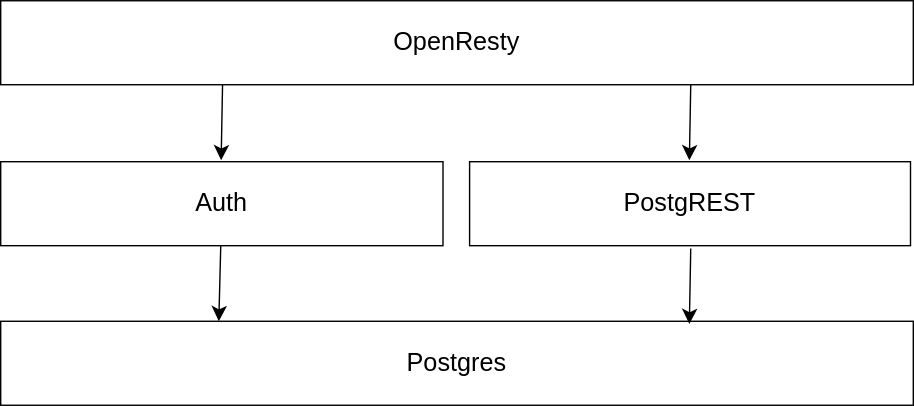
This is architecture.svg from minibasehq/minibase, a draw.io export, as it was before one commit. Source tidied: cells renumbered, new cells last; positions are measured from the earlier drawing's top-left corner, leaving out a move shared by most shapes.
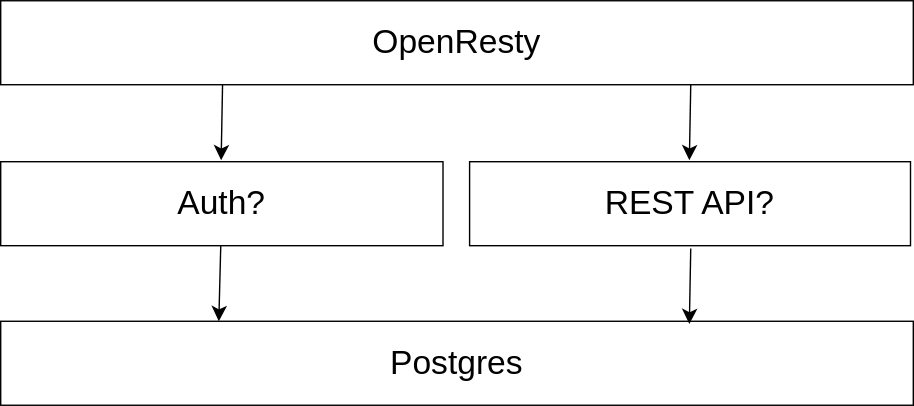
After the commit.

Commit message:
Update architecture diagram

Diff of the diagram source:
```diff
@@ -2,19 +2,19 @@
   <root>
     <mxCell id="0" />
     <mxCell id="1" parent="0" />
-    <mxCell id="2" value="&lt;font style=&quot;font-size: 18px;&quot;&gt;OpenResty&lt;/font&gt;" style="rounded=0;whiteSpace=wrap;html=1;" parent="1" vertex="1">
+    <mxCell id="2" value="&lt;font style=&quot;font-size: 24px;&quot;&gt;OpenResty&lt;/font&gt;" style="rounded=0;whiteSpace=wrap;html=1;" parent="1" vertex="1">
       <mxGeometry width="652" height="60" as="geometry" />
     </mxCell>
     <mxCell id="3" style="edgeStyle=none;curved=1;rounded=0;jettySize=auto;html=1;fontSize=12;startSize=8;endSize=8;entryX=0.239;entryY=0;entryDx=0;entryDy=0;entryPerimeter=0;" parent="1" edge="1" source="4" target="6">
       <mxGeometry relative="1" as="geometry" />
     </mxCell>
-    <mxCell id="4" value="&lt;font style=&quot;font-size: 18px;&quot;&gt;Auth&lt;/font&gt;" style="rounded=0;whiteSpace=wrap;html=1;" parent="1" vertex="1">
+    <mxCell id="4" value="&lt;font style=&quot;font-size: 24px;&quot;&gt;Auth?&lt;/font&gt;" style="rounded=0;whiteSpace=wrap;html=1;" parent="1" vertex="1">
       <mxGeometry y="115" width="316" height="60" as="geometry" />
     </mxCell>
-    <mxCell id="5" value="&lt;font style=&quot;font-size: 18px;&quot;&gt;PostgREST&lt;/font&gt;" style="rounded=0;whiteSpace=wrap;html=1;" parent="1" vertex="1">
+    <mxCell id="5" value="&lt;font style=&quot;font-size: 24px;&quot;&gt;REST API?&lt;/font&gt;" style="rounded=0;whiteSpace=wrap;html=1;" parent="1" vertex="1">
       <mxGeometry x="335" y="115" width="315" height="60" as="geometry" />
     </mxCell>
-    <mxCell id="6" value="&lt;font style=&quot;font-size: 18px;&quot;&gt;Postgres&lt;/font&gt;" style="rounded=0;whiteSpace=wrap;html=1;" parent="1" vertex="1">
+    <mxCell id="6" value="&lt;font style=&quot;font-size: 24px;&quot;&gt;Postgres&lt;/font&gt;" style="rounded=0;whiteSpace=wrap;html=1;" parent="1" vertex="1">
       <mxGeometry y="229" width="652" height="60" as="geometry" />
     </mxCell>
     <mxCell id="7" style="edgeStyle=none;curved=1;rounded=0;orthogonalLoop=1;jettySize=auto;html=1;fontSize=12;startSize=8;endSize=8;entryX=0.239;entryY=0;entryDx=0;entryDy=0;entryPerimeter=0;" parent="1" edge="1">
```
